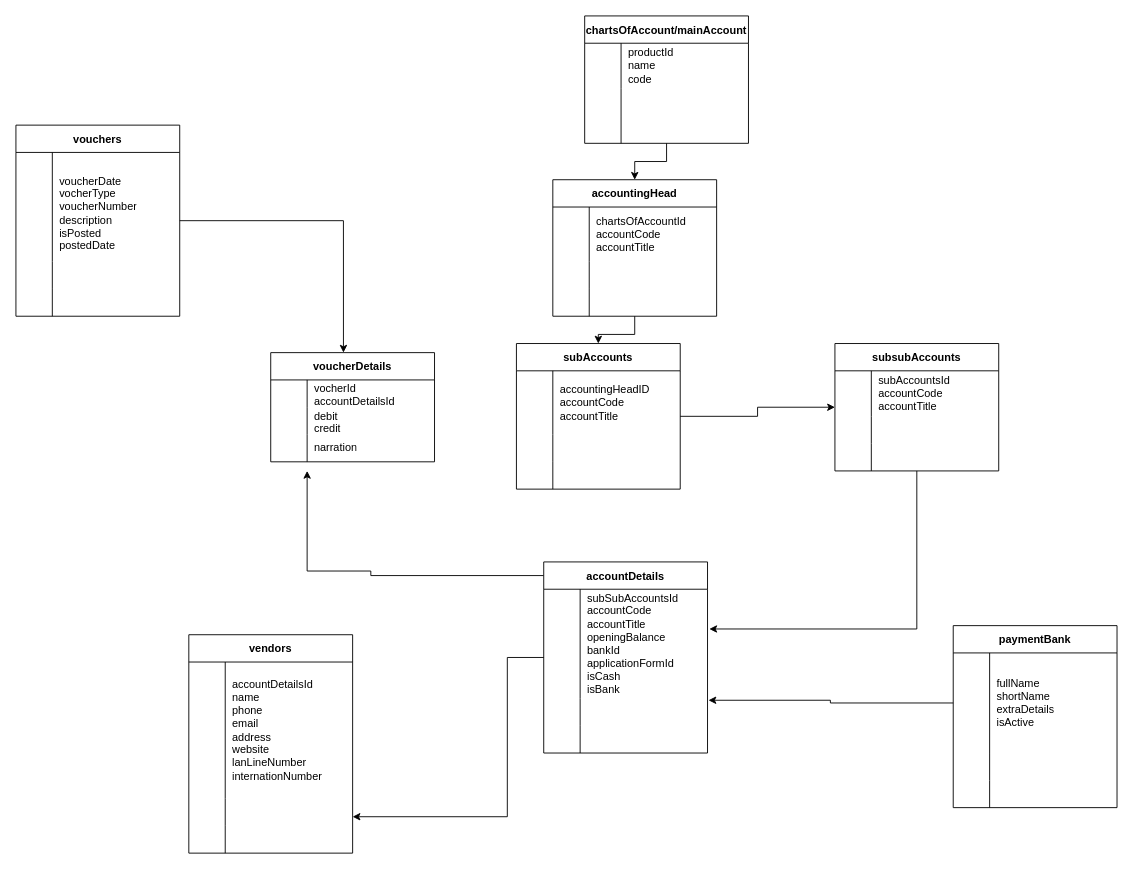
Above: recievable.drawio in zaryabali786/erdDiagram (draw.io), before the change. Source tidied: cells renumbered, new cells numbered last; positions are measured from the earlier drawing's top-left corner, leaving out a move shared by most shapes. Both pictures are drawn from the tidied source at 91%, with x=0, y=0 at pixel (15, 15).
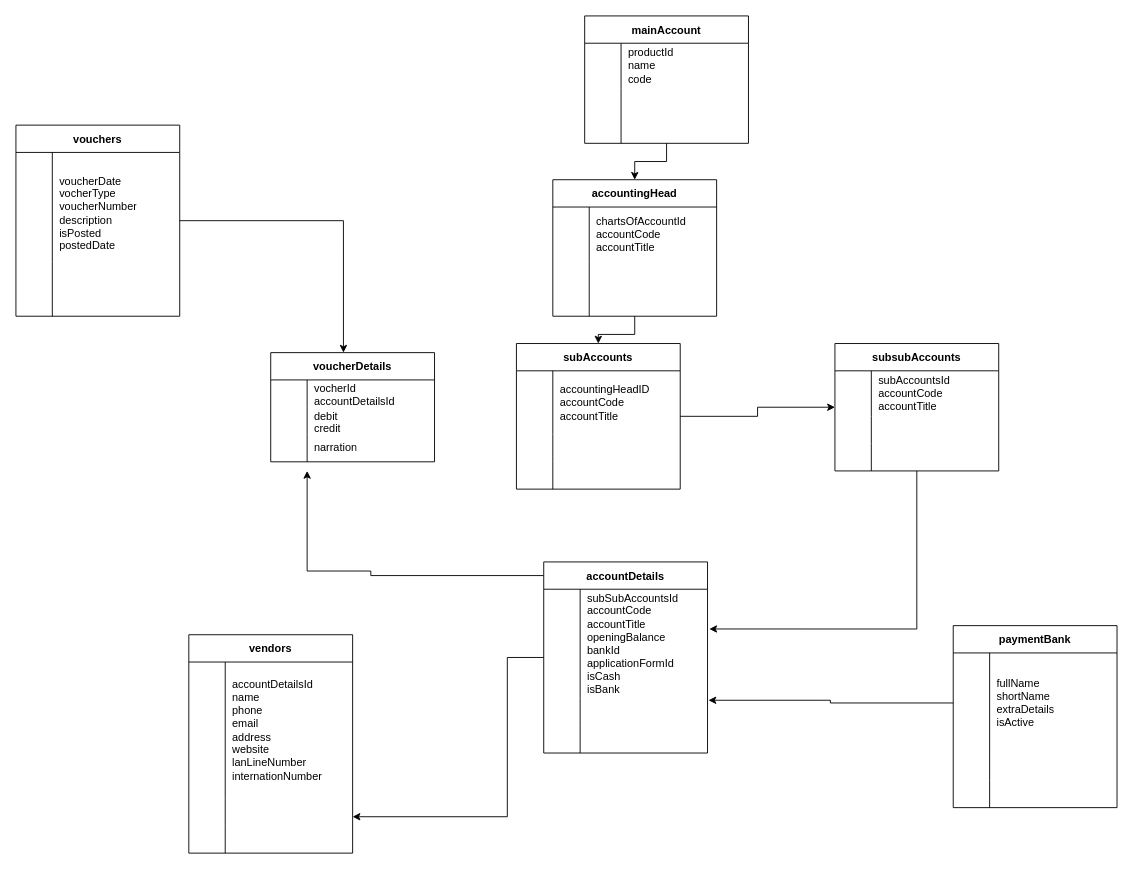
Above is the later version.

Diff of the diagram source:
```diff
@@
-    <mxCell id="3" value="chartsOfAccount/mainAccount" style="shape=table;startSize=30;childLayout=tableLayout;rowLines=0;fontStyle=1;" parent="1" vertex="1">
+    <mxCell id="3" value="mainAccount" style="shape=table;startSize=30;childLayout=tableLayout;rowLines=0;fontStyle=1;" parent="1" vertex="1">
       <mxGeometry x="625" width="180" height="140" as="geometry" />
     </mxCell>
```
